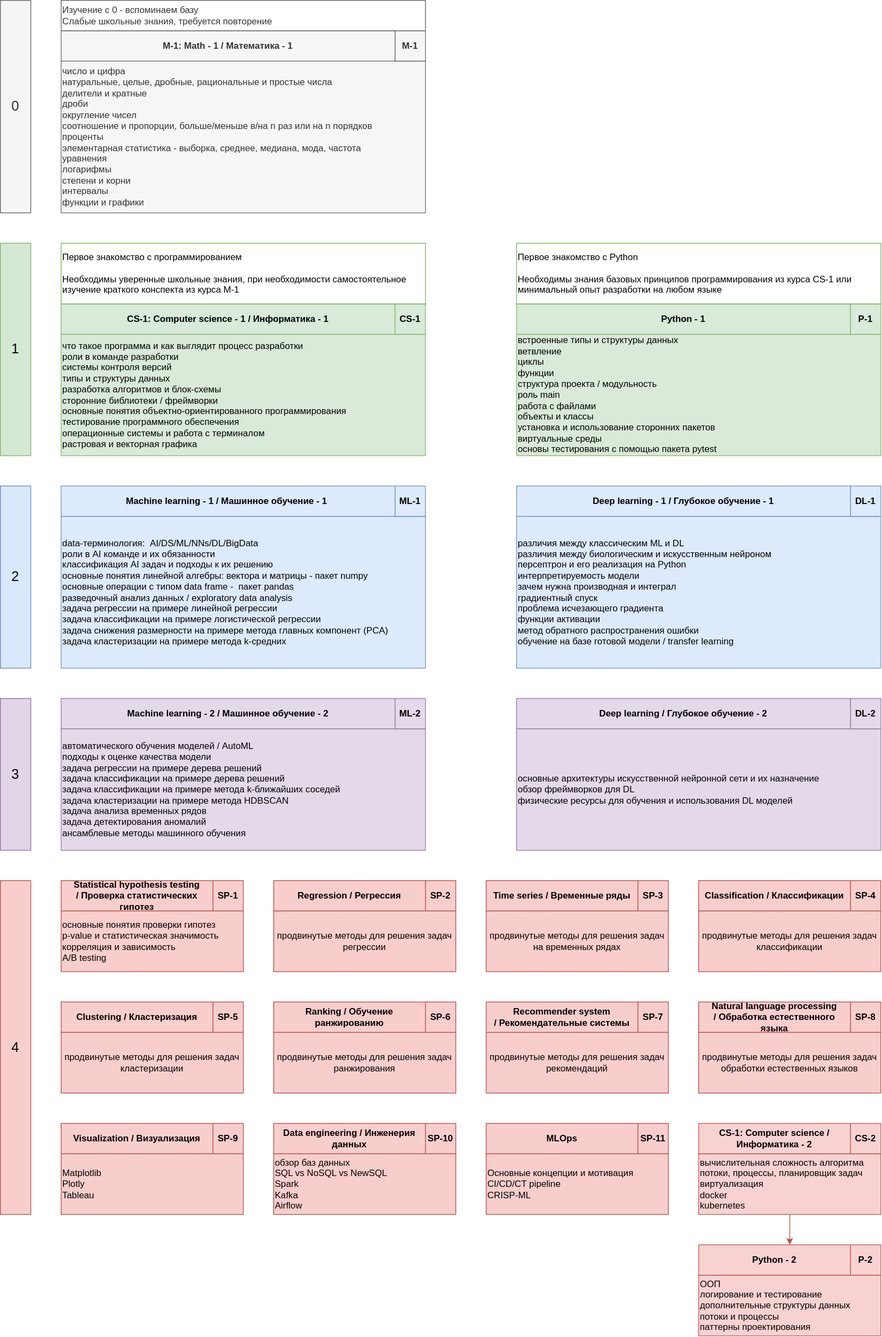
This is courses.drawio.svg from ryndovaira-org/data_science_lectures, a draw.io export, as it was before one commit. Source tidied: cells renumbered, new cells last; positions are measured from the earlier drawing's top-left corner, leaving out a move shared by most shapes.
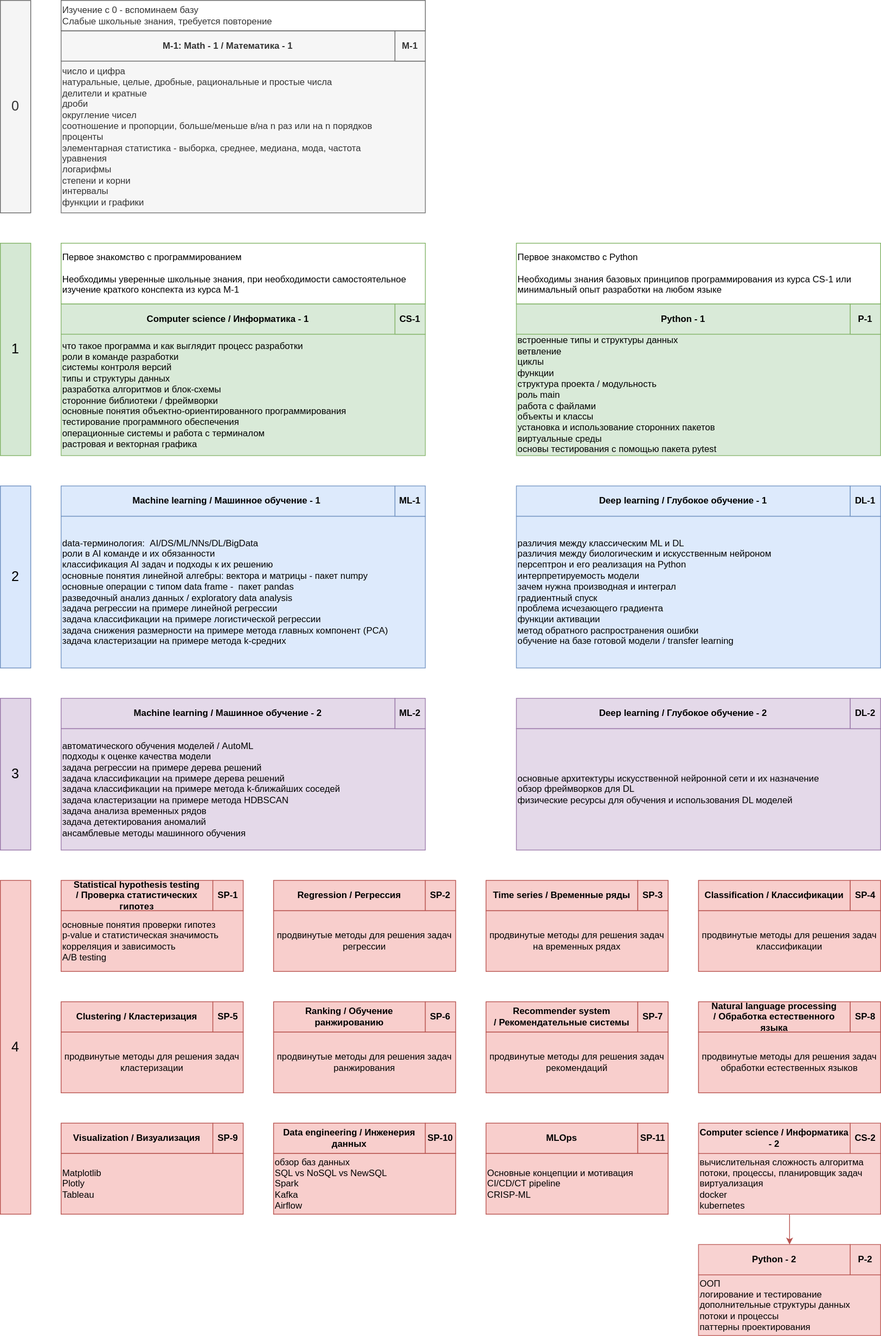
Later version of the same file.

Change to the diagram source:
```diff
@@ -8,19 +8,19 @@
     <mxCell id="3" value="&lt;div&gt;число и цифра&lt;/div&gt;&lt;div&gt;натуральные, целые, дробные, рациональные и простые числа&lt;/div&gt;&lt;div&gt;&lt;span style=&quot;background-color: initial;&quot;&gt;делители и кратные&lt;/span&gt;&lt;br&gt;&lt;/div&gt;&lt;div&gt;дроби&lt;/div&gt;&lt;div&gt;округление чисел&lt;/div&gt;&lt;div&gt;соотношение и пропорции, больше/меньше в/на n раз или на n порядков&lt;/div&gt;&lt;div&gt;проценты&lt;/div&gt;&lt;div&gt;элементарная статистика - выборка, среднее, медиана, мода, частота&lt;/div&gt;&lt;div&gt;уравнения&lt;/div&gt;&lt;div&gt;логарифмы&lt;/div&gt;&lt;div&gt;степени и корни&lt;/div&gt;&lt;div&gt;интервалы&lt;/div&gt;&lt;div&gt;функции и графики&lt;/div&gt;" style="rounded=0;whiteSpace=wrap;html=1;fillColor=#f5f5f5;align=left;strokeColor=#666666;opacity=90;fontColor=#333333;" parent="1" vertex="1">
       <mxGeometry x="80" y="80" width="480" height="200" as="geometry" />
     </mxCell>
-    <mxCell id="4" value="CS-1: Computer science - 1 / Информатика - 1" style="rounded=0;whiteSpace=wrap;html=1;fillColor=#d5e8d4;strokeColor=#82b366;opacity=90;fontStyle=1;" parent="1" vertex="1">
+    <mxCell id="4" value="Computer science / Информатика - 1" style="rounded=0;whiteSpace=wrap;html=1;fillColor=#d5e8d4;strokeColor=#82b366;opacity=90;fontStyle=1;" parent="1" vertex="1">
       <mxGeometry x="80" y="400" width="440" height="40" as="geometry" />
     </mxCell>
     <mxCell id="5" value="что такое программа и как выглядит процесс разработки&lt;br&gt;роли в команде разработки&lt;br&gt;системы контроля версий&lt;br&gt;типы и структуры данных&lt;br&gt;разработка алгоритмов и блок-схемы&lt;br&gt;сторонние библиотеки / фреймворки&lt;br&gt;основные понятия объектно-ориентированного программирования&lt;br&gt;тестирование программного обеспечения&lt;br&gt;&lt;div&gt;операционные системы и работа с терминалом&lt;/div&gt;&lt;div&gt;&lt;div&gt;растровая и векторная графика&lt;/div&gt;&lt;/div&gt;" style="rounded=0;whiteSpace=wrap;html=1;fillColor=#d5e8d4;align=left;strokeColor=#82b366;opacity=90;" parent="1" vertex="1">
       <mxGeometry x="80" y="440" width="480" height="160" as="geometry" />
     </mxCell>
-    <mxCell id="6" value="Deep learning - 1 /&amp;nbsp;Глубокое обучение - 1" style="rounded=0;whiteSpace=wrap;html=1;fillColor=#dae8fc;strokeColor=#6c8ebf;opacity=90;fontStyle=1;" parent="1" vertex="1">
+    <mxCell id="6" value="Deep learning /&amp;nbsp;Глубокое обучение - 1" style="rounded=0;whiteSpace=wrap;html=1;fillColor=#dae8fc;strokeColor=#6c8ebf;opacity=90;fontStyle=1;" parent="1" vertex="1">
       <mxGeometry x="680" y="640" width="440" height="40" as="geometry" />
     </mxCell>
     <mxCell id="7" value="&lt;div&gt;различия между классическим ML и DL&lt;/div&gt;&lt;div&gt;&lt;span style=&quot;background-color: initial;&quot;&gt;различия между биологическим и искусственным нейроном&lt;/span&gt;&lt;br&gt;&lt;/div&gt;&lt;div&gt;персептрон и его реализация на Python&lt;/div&gt;&lt;div&gt;интерпретируемость модели&lt;/div&gt;&lt;div&gt;зачем нужна производная и интеграл&lt;/div&gt;&lt;div&gt;градиентный спуск&lt;/div&gt;&lt;div&gt;проблема исчезающего градиента&lt;/div&gt;&lt;div&gt;функции активации&lt;/div&gt;&lt;div&gt;метод обратного распространения ошибки&lt;/div&gt;&lt;div&gt;обучение на базе готовой модели / transfer learning&lt;/div&gt;" style="rounded=0;whiteSpace=wrap;html=1;fillColor=#dae8fc;align=left;strokeColor=#6c8ebf;opacity=90;" parent="1" vertex="1">
       <mxGeometry x="680" y="680" width="480" height="200" as="geometry" />
     </mxCell>
-    <mxCell id="8" value="Machine learning - 1 / Машинное обучение - 1&amp;nbsp;" style="rounded=0;whiteSpace=wrap;html=1;fillColor=#dae8fc;strokeColor=#6c8ebf;opacity=90;fontStyle=1;" parent="1" vertex="1">
+    <mxCell id="8" value="Machine learning / Машинное обучение - 1&amp;nbsp;" style="rounded=0;whiteSpace=wrap;html=1;fillColor=#dae8fc;strokeColor=#6c8ebf;opacity=90;fontStyle=1;" parent="1" vertex="1">
       <mxGeometry x="80" y="640" width="440" height="40" as="geometry" />
     </mxCell>
     <mxCell id="9" value="&lt;div style=&quot;border-color: var(--border-color);&quot;&gt;&lt;/div&gt;data-терминология:&amp;nbsp; AI/DS/ML/NNs/DL/BigData&lt;br&gt;роли в AI команде и их обязанности&lt;br&gt;классификация AI задач и подходы к их решению&lt;br&gt;основные понятия линейной алгебры: вектора и матрицы - пакет numpy&lt;br&gt;основные операции с типом data frame -&amp;nbsp; пакет pandas&lt;br&gt;разведочный анализ данных / exploratory data analysis&lt;br style=&quot;border-color: var(--border-color);&quot;&gt;задача регрессии на примере линейной регрессии&lt;br&gt;задача классификации на примере логистической регрессии&lt;br&gt;задача снижения размерности на примере метода главных компонент (PCA)&lt;br&gt;задача кластеризации на примере метода k-средних&lt;span style=&quot;background-color: initial;&quot;&gt;&lt;br&gt;&lt;/span&gt;" style="rounded=0;whiteSpace=wrap;html=1;fillColor=#dae8fc;align=left;strokeColor=#6c8ebf;opacity=90;" parent="1" vertex="1">
@@ -32,7 +32,7 @@
     <mxCell id="11" value="встроенные типы и структуры данных&lt;br&gt;ветвление&lt;br&gt;циклы&lt;br&gt;функции&lt;br&gt;структура проекта / модульность&lt;br style=&quot;border-color: var(--border-color);&quot;&gt;роль main&lt;br&gt;работа с файлами&lt;br&gt;объекты и классы&lt;br&gt;установка и использование сторонних пакетов&lt;br&gt;виртуальные среды&lt;br&gt;основы тестирования с помощью пакета pytest" style="rounded=0;whiteSpace=wrap;html=1;fillColor=#d5e8d4;align=left;strokeColor=#82b366;opacity=90;" parent="1" vertex="1">
       <mxGeometry x="680" y="440" width="480" height="160" as="geometry" />
     </mxCell>
-    <mxCell id="12" value="Machine learning - 2 / Машинное обучение - 2" style="rounded=0;whiteSpace=wrap;html=1;fillColor=#e1d5e7;strokeColor=#9673a6;opacity=90;fontStyle=1;" parent="1" vertex="1">
+    <mxCell id="12" value="Machine learning / Машинное обучение - 2" style="rounded=0;whiteSpace=wrap;html=1;fillColor=#e1d5e7;strokeColor=#9673a6;opacity=90;fontStyle=1;" parent="1" vertex="1">
       <mxGeometry x="80" y="920" width="440" height="40" as="geometry" />
     </mxCell>
     <mxCell id="13" value="автоматического обучения моделей / AutoML&lt;br&gt;подходы к оценке качества модели&lt;br&gt;&lt;span style=&quot;background-color: initial;&quot;&gt;задача регрессии на примере дерева решений&lt;/span&gt;&lt;br&gt;&lt;div&gt;задача классификации на примере дерева решений&lt;/div&gt;&lt;div&gt;задача классификации на примере метода k-ближайших соседей&lt;br&gt;&lt;/div&gt;&lt;div&gt;&lt;span style=&quot;background-color: initial;&quot;&gt;задача кластеризации на примере метода HDBSCAN&lt;/span&gt;&lt;br&gt;&lt;/div&gt;&lt;div&gt;&lt;span style=&quot;background-color: initial;&quot;&gt;задача анализа временных рядов&lt;/span&gt;&lt;/div&gt;&lt;div&gt;&lt;span style=&quot;background-color: initial;&quot;&gt;задача детектирования аномалий&lt;/span&gt;&lt;/div&gt;&lt;div&gt;ансамблевые методы машинного обучения&lt;br&gt;&lt;/div&gt;" style="rounded=0;whiteSpace=wrap;html=1;fillColor=#e1d5e7;align=left;strokeColor=#9673a6;opacity=90;" parent="1" vertex="1">
@@ -206,7 +206,7 @@
     <mxCell id="69" value="&lt;div&gt;вычислительная сложность алгоритма&lt;/div&gt;&lt;span style=&quot;background-color: initial;&quot;&gt;потоки, процессы, планировщик задач&lt;/span&gt;&lt;br&gt;&lt;div&gt;&lt;span style=&quot;background-color: initial;&quot;&gt;виртуализация&lt;/span&gt;&lt;br&gt;&lt;/div&gt;&lt;div&gt;&lt;span style=&quot;background-color: initial;&quot;&gt;docker&lt;/span&gt;&lt;/div&gt;&lt;div&gt;kubernetes&lt;br&gt;&lt;/div&gt;" style="rounded=0;whiteSpace=wrap;html=1;fillColor=#f8cecc;align=left;strokeColor=#b85450;opacity=90;" parent="68" vertex="1">
       <mxGeometry y="40" width="240" height="80" as="geometry" />
     </mxCell>
-    <mxCell id="70" value="CS-1: Computer science / Информатика - 2" style="rounded=0;whiteSpace=wrap;html=1;fillColor=#f8cecc;strokeColor=#b85450;opacity=90;fontStyle=1;" parent="68" vertex="1">
+    <mxCell id="70" value="Computer science / Информатика - 2" style="rounded=0;whiteSpace=wrap;html=1;fillColor=#f8cecc;strokeColor=#b85450;opacity=90;fontStyle=1;" parent="68" vertex="1">
       <mxGeometry width="200" height="40" as="geometry" />
     </mxCell>
     <mxCell id="71" value="CS-2" style="rounded=0;whiteSpace=wrap;html=1;fillColor=#f8cecc;strokeColor=#b85450;opacity=90;fontStyle=1;" parent="68" vertex="1">
```
